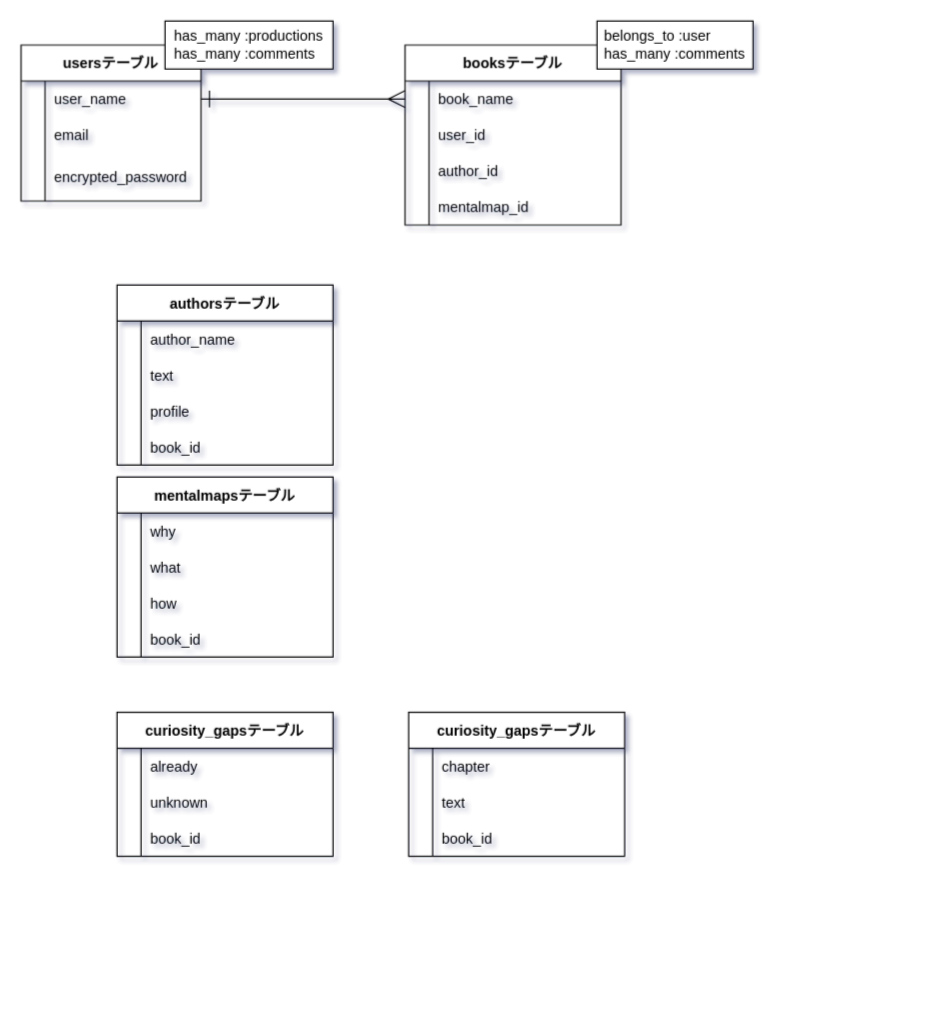
This is ER.dio from SettingTom/read-tech, a draw.io file, before an edit. Source tidied: cells renumbered, new cells numbered last; positions are measured from the earlier drawing's top-left corner, leaving out a move shared by most shapes. Both pictures are drawn from the tidied source at 120%, with x=0, y=0 at pixel (20, 20).
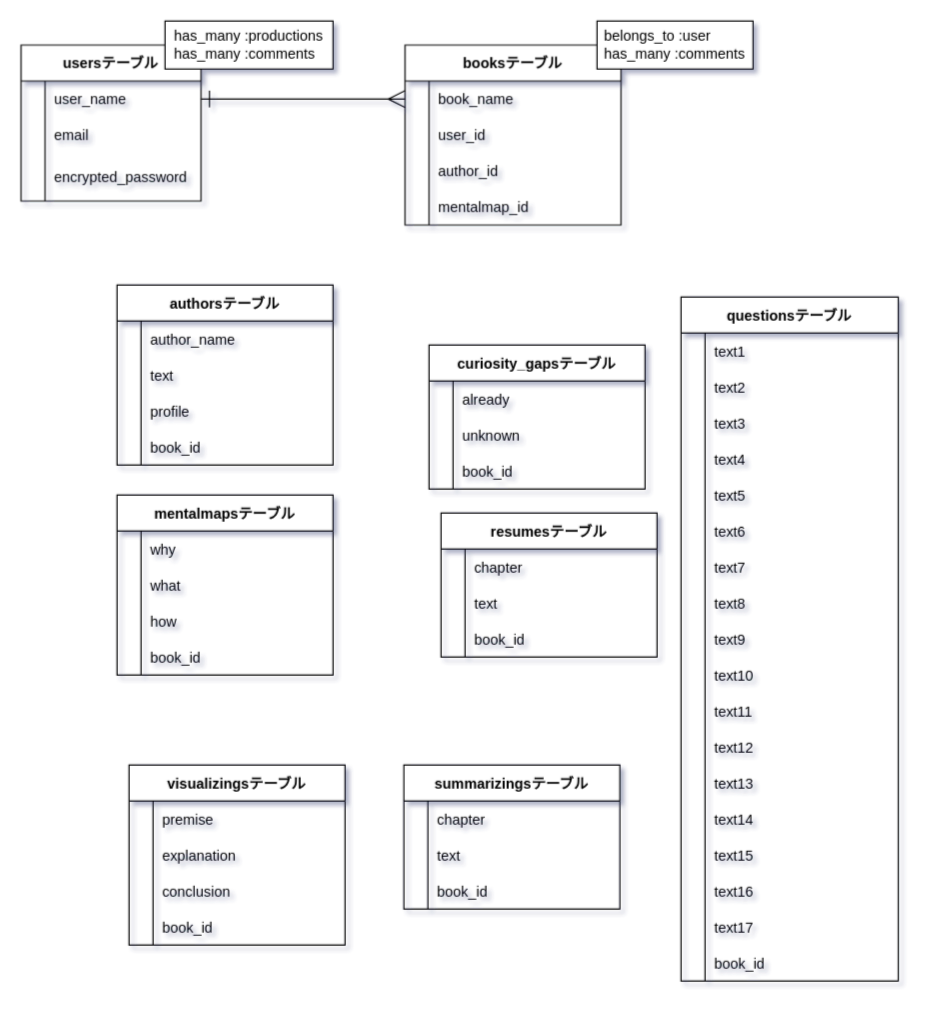
The same diagram, later.

Commit message:
ER図作成　途中

Diff of the diagram source:
```diff
@@
     <mxCell id="42" value="mentalmapsテーブル" style="shape=table;startSize=30;childLayout=tableLayout;rowLines=0;fontStyle=1;align=center;" parent="1" vertex="1">
-      <mxGeometry x="80" y="380" width="180" height="150" as="geometry" />
+      <mxGeometry x="80" y="395" width="180" height="150" as="geometry" />
     </mxCell>
@@
     <mxCell id="55" value="curiosity_gapsテーブル" style="shape=table;startSize=30;childLayout=tableLayout;rowLines=0;fontStyle=1;align=center;" parent="1" vertex="1">
-      <mxGeometry x="80" y="576" width="180" height="120" as="geometry" />
+      <mxGeometry x="340" y="270" width="180" height="120" as="geometry" />
     </mxCell>
@@
-    <mxCell id="65" value="curiosity_gapsテーブル" style="shape=table;startSize=30;childLayout=tableLayout;rowLines=0;fontStyle=1;align=center;" parent="1" vertex="1">
-      <mxGeometry x="323" y="576" width="180" height="120" as="geometry" />
+    <mxCell id="65" value="resumesテーブル" style="shape=table;startSize=30;childLayout=tableLayout;rowLines=0;fontStyle=1;align=center;" parent="1" vertex="1">
+      <mxGeometry x="350" y="410" width="180" height="120" as="geometry" />
     </mxCell>
@@
+    <mxCell id="75" value="visualizingsテーブル" style="shape=table;startSize=30;childLayout=tableLayout;rowLines=0;fontStyle=1;align=center;" parent="1" vertex="1">
+      <mxGeometry x="90" y="620" width="180" height="150" as="geometry" />
+    </mxCell>
+    <mxCell id="76" style="shape=partialRectangle;fillColor=none;top=0;left=0;bottom=0;right=0;" parent="75" vertex="1">
+      <mxGeometry y="30" width="180" height="30" as="geometry" />
+    </mxCell>
+    <mxCell id="77" style="shape=partialRectangle;fillColor=none;top=0;left=0;bottom=0;right=0;overflow=hidden;" parent="76" vertex="1">
+      <mxGeometry width="20" height="30" as="geometry" />
+    </mxCell>
+    <mxCell id="78" value="premise" style="shape=partialRectangle;fillColor=none;top=0;left=0;bottom=0;right=0;align=left;spacingLeft=6;overflow=hidden;labelBorderColor=none;" parent="76" vertex="1">
+      <mxGeometry x="20" width="160" height="30" as="geometry" />
+    </mxCell>
+    <mxCell id="79" style="shape=partialRectangle;fillColor=none;top=0;left=0;bottom=0;right=0;" parent="75" vertex="1">
+      <mxGeometry y="60" width="180" height="30" as="geometry" />
+    </mxCell>
+    <mxCell id="80" style="shape=partialRectangle;fillColor=none;top=0;left=0;bottom=0;right=0;overflow=hidden;" parent="79" vertex="1">
+      <mxGeometry width="20" height="30" as="geometry" />
+    </mxCell>
+    <mxCell id="81" value="explanation" style="shape=partialRectangle;fillColor=none;top=0;left=0;bottom=0;right=0;align=left;spacingLeft=6;overflow=hidden;" parent="79" vertex="1">
+      <mxGeometry x="20" width="160" height="30" as="geometry" />
+    </mxCell>
+    <mxCell id="82" style="shape=partialRectangle;fillColor=none;top=0;left=0;bottom=0;right=0;" parent="75" vertex="1">
+      <mxGeometry y="90" width="180" height="30" as="geometry" />
+    </mxCell>
+    <mxCell id="83" style="shape=partialRectangle;fillColor=none;top=0;left=0;bottom=0;right=0;overflow=hidden;" parent="82" vertex="1">
+      <mxGeometry width="20" height="30" as="geometry" />
+    </mxCell>
+    <mxCell id="84" value="conclusion" style="shape=partialRectangle;fillColor=none;top=0;left=0;bottom=0;right=0;align=left;spacingLeft=6;overflow=hidden;" parent="82" vertex="1">
+      <mxGeometry x="20" width="160" height="30" as="geometry" />
+    </mxCell>
+    <mxCell id="85" style="shape=partialRectangle;fillColor=none;top=0;left=0;bottom=0;right=0;" parent="75" vertex="1">
+      <mxGeometry y="120" width="180" height="30" as="geometry" />
+    </mxCell>
+    <mxCell id="86" style="shape=partialRectangle;fillColor=none;top=0;left=0;bottom=0;right=0;overflow=hidden;" parent="85" vertex="1">
+      <mxGeometry width="20" height="30" as="geometry" />
+    </mxCell>
+    <mxCell id="87" value="book_id" style="shape=partialRectangle;fillColor=none;top=0;left=0;bottom=0;right=0;align=left;spacingLeft=6;overflow=hidden;" parent="85" vertex="1">
+      <mxGeometry x="20" width="160" height="30" as="geometry" />
+    </mxCell>
+    <mxCell id="88" value="summarizingsテーブル" style="shape=table;startSize=30;childLayout=tableLayout;rowLines=0;fontStyle=1;align=center;" parent="1" vertex="1">
+      <mxGeometry x="319" y="620" width="180" height="120" as="geometry" />
+    </mxCell>
+    <mxCell id="89" style="shape=partialRectangle;fillColor=none;top=0;left=0;bottom=0;right=0;" parent="88" vertex="1">
+      <mxGeometry y="30" width="180" height="30" as="geometry" />
+    </mxCell>
+    <mxCell id="90" style="shape=partialRectangle;fillColor=none;top=0;left=0;bottom=0;right=0;overflow=hidden;" parent="89" vertex="1">
+      <mxGeometry width="20" height="30" as="geometry" />
+    </mxCell>
+    <mxCell id="91" value="chapter" style="shape=partialRectangle;fillColor=none;top=0;left=0;bottom=0;right=0;align=left;spacingLeft=6;overflow=hidden;labelBorderColor=none;" parent="89" vertex="1">
+      <mxGeometry x="20" width="160" height="30" as="geometry" />
+    </mxCell>
+    <mxCell id="92" style="shape=partialRectangle;fillColor=none;top=0;left=0;bottom=0;right=0;" parent="88" vertex="1">
+      <mxGeometry y="60" width="180" height="30" as="geometry" />
+    </mxCell>
+    <mxCell id="93" style="shape=partialRectangle;fillColor=none;top=0;left=0;bottom=0;right=0;overflow=hidden;" parent="92" vertex="1">
+      <mxGeometry width="20" height="30" as="geometry" />
+    </mxCell>
+    <mxCell id="94" value="text" style="shape=partialRectangle;fillColor=none;top=0;left=0;bottom=0;right=0;align=left;spacingLeft=6;overflow=hidden;" parent="92" vertex="1">
+      <mxGeometry x="20" width="160" height="30" as="geometry" />
+    </mxCell>
+    <mxCell id="95" style="shape=partialRectangle;fillColor=none;top=0;left=0;bottom=0;right=0;" parent="88" vertex="1">
+      <mxGeometry y="90" width="180" height="30" as="geometry" />
+    </mxCell>
+    <mxCell id="96" style="shape=partialRectangle;fillColor=none;top=0;left=0;bottom=0;right=0;overflow=hidden;" parent="95" vertex="1">
+      <mxGeometry width="20" height="30" as="geometry" />
+    </mxCell>
+    <mxCell id="97" value="book_id" style="shape=partialRectangle;fillColor=none;top=0;left=0;bottom=0;right=0;align=left;spacingLeft=6;overflow=hidden;" parent="95" vertex="1">
+      <mxGeometry x="20" width="160" height="30" as="geometry" />
+    </mxCell>
+    <mxCell id="98" value="questionsテーブル" style="shape=table;startSize=30;childLayout=tableLayout;rowLines=0;fontStyle=1;align=center;" parent="1" vertex="1">
+      <mxGeometry x="550" y="230" width="181" height="570" as="geometry" />
+    </mxCell>
+    <mxCell id="99" style="shape=partialRectangle;fillColor=none;top=0;left=0;bottom=0;right=0;" parent="98" vertex="1">
+      <mxGeometry y="30" width="181" height="30" as="geometry" />
+    </mxCell>
+    <mxCell id="100" style="shape=partialRectangle;fillColor=none;top=0;left=0;bottom=0;right=0;overflow=hidden;" parent="99" vertex="1">
+      <mxGeometry width="20" height="30" as="geometry" />
+    </mxCell>
+    <mxCell id="101" value="text1" style="shape=partialRectangle;fillColor=none;top=0;left=0;bottom=0;right=0;align=left;spacingLeft=6;overflow=hidden;labelBorderColor=none;" parent="99" vertex="1">
+      <mxGeometry x="20" width="161" height="30" as="geometry" />
+    </mxCell>
+    <mxCell id="102" style="shape=partialRectangle;fillColor=none;top=0;left=0;bottom=0;right=0;" parent="98" vertex="1">
+      <mxGeometry y="60" width="181" height="30" as="geometry" />
+    </mxCell>
+    <mxCell id="103" style="shape=partialRectangle;fillColor=none;top=0;left=0;bottom=0;right=0;overflow=hidden;" parent="102" vertex="1">
+      <mxGeometry width="20" height="30" as="geometry" />
+    </mxCell>
+    <mxCell id="104" value="text2" style="shape=partialRectangle;fillColor=none;top=0;left=0;bottom=0;right=0;align=left;spacingLeft=6;overflow=hidden;" parent="102" vertex="1">
+      <mxGeometry x="20" width="161" height="30" as="geometry" />
+    </mxCell>
+    <mxCell id="105" style="shape=partialRectangle;fillColor=none;top=0;left=0;bottom=0;right=0;" parent="98" vertex="1">
+      <mxGeometry y="90" width="181" height="30" as="geometry" />
+    </mxCell>
+    <mxCell id="106" style="shape=partialRectangle;fillColor=none;top=0;left=0;bottom=0;right=0;overflow=hidden;" parent="105" vertex="1">
+      <mxGeometry width="20" height="30" as="geometry" />
+    </mxCell>
+    <mxCell id="107" value="text3" style="shape=partialRectangle;fillColor=none;top=0;left=0;bottom=0;right=0;align=left;spacingLeft=6;overflow=hidden;" parent="105" vertex="1">
+      <mxGeometry x="20" width="161" height="30" as="geometry" />
+    </mxCell>
+    <mxCell id="108" style="shape=partialRectangle;fillColor=none;top=0;left=0;bottom=0;right=0;" parent="98" vertex="1">
+      <mxGeometry y="120" width="181" height="30" as="geometry" />
+    </mxCell>
+    <mxCell id="109" style="shape=partialRectangle;fillColor=none;top=0;left=0;bottom=0;right=0;overflow=hidden;" parent="108" vertex="1">
+      <mxGeometry width="20" height="30" as="geometry" />
+    </mxCell>
+    <mxCell id="110" value="text4" style="shape=partialRectangle;fillColor=none;top=0;left=0;bottom=0;right=0;align=left;spacingLeft=6;overflow=hidden;" parent="108" vertex="1">
+      <mxGeometry x="20" width="161" height="30" as="geometry" />
+    </mxCell>
+    <mxCell id="111" style="shape=partialRectangle;fillColor=none;top=0;left=0;bottom=0;right=0;" parent="98" vertex="1">
+      <mxGeometry y="150" width="181" height="30" as="geometry" />
+    </mxCell>
+    <mxCell id="112" style="shape=partialRectangle;fillColor=none;top=0;left=0;bottom=0;right=0;overflow=hidden;" parent="111" vertex="1">
+      <mxGeometry width="20" height="30" as="geometry" />
+    </mxCell>
+    <mxCell id="113" value="text5" style="shape=partialRectangle;fillColor=none;top=0;left=0;bottom=0;right=0;align=left;spacingLeft=6;overflow=hidden;" parent="111" vertex="1">
+      <mxGeometry x="20" width="161" height="30" as="geometry" />
+    </mxCell>
+    <mxCell id="114" style="shape=partialRectangle;fillColor=none;top=0;left=0;bottom=0;right=0;" parent="98" vertex="1">
+      <mxGeometry y="180" width="181" height="30" as="geometry" />
+    </mxCell>
+    <mxCell id="115" style="shape=partialRectangle;fillColor=none;top=0;left=0;bottom=0;right=0;overflow=hidden;" parent="114" vertex="1">
+      <mxGeometry width="20" height="30" as="geometry" />
+    </mxCell>
+    <mxCell id="116" value="text6" style="shape=partialRectangle;fillColor=none;top=0;left=0;bottom=0;right=0;align=left;spacingLeft=6;overflow=hidden;" parent="114" vertex="1">
+      <mxGeometry x="20" width="161" height="30" as="geometry" />
+    </mxCell>
+    <mxCell id="117" style="shape=partialRectangle;fillColor=none;top=0;left=0;bottom=0;right=0;" parent="98" vertex="1">
+      <mxGeometry y="210" width="181" height="30" as="geometry" />
+    </mxCell>
+    <mxCell id="118" style="shape=partialRectangle;fillColor=none;top=0;left=0;bottom=0;right=0;overflow=hidden;" parent="117" vertex="1">
+      <mxGeometry width="20" height="30" as="geometry" />
+    </mxCell>
+    <mxCell id="119" value="text7" style="shape=partialRectangle;fillColor=none;top=0;left=0;bottom=0;right=0;align=left;spacingLeft=6;overflow=hidden;" parent="117" vertex="1">
+      <mxGeometry x="20" width="161" height="30" as="geometry" />
+    </mxCell>
+    <mxCell id="120" style="shape=partialRectangle;fillColor=none;top=0;left=0;bottom=0;right=0;" parent="98" vertex="1">
+      <mxGeometry y="240" width="181" height="30" as="geometry" />
+    </mxCell>
+    <mxCell id="121" style="shape=partialRectangle;fillColor=none;top=0;left=0;bottom=0;right=0;overflow=hidden;" parent="120" vertex="1">
+      <mxGeometry width="20" height="30" as="geometry" />
+    </mxCell>
+    <mxCell id="122" value="text8" style="shape=partialRectangle;fillColor=none;top=0;left=0;bottom=0;right=0;align=left;spacingLeft=6;overflow=hidden;" parent="120" vertex="1">
+      <mxGeometry x="20" width="161" height="30" as="geometry" />
+    </mxCell>
+    <mxCell id="123" style="shape=partialRectangle;fillColor=none;top=0;left=0;bottom=0;right=0;" parent="98" vertex="1">
+      <mxGeometry y="270" width="181" height="30" as="geometry" />
+    </mxCell>
+    <mxCell id="124" style="shape=partialRectangle;fillColor=none;top=0;left=0;bottom=0;right=0;overflow=hidden;" parent="123" vertex="1">
+      <mxGeometry width="20" height="30" as="geometry" />
+    </mxCell>
+    <mxCell id="125" value="text9" style="shape=partialRectangle;fillColor=none;top=0;left=0;bottom=0;right=0;align=left;spacingLeft=6;overflow=hidden;" parent="123" vertex="1">
+      <mxGeometry x="20" width="161" height="30" as="geometry" />
+    </mxCell>
+    <mxCell id="126" style="shape=partialRectangle;fillColor=none;top=0;left=0;bottom=0;right=0;" parent="98" vertex="1">
+      <mxGeometry y="300" width="181" height="30" as="geometry" />
+    </mxCell>
+    <mxCell id="127" style="shape=partialRectangle;fillColor=none;top=0;left=0;bottom=0;right=0;overflow=hidden;" parent="126" vertex="1">
+      <mxGeometry width="20" height="30" as="geometry" />
+    </mxCell>
+    <mxCell id="128" value="text10" style="shape=partialRectangle;fillColor=none;top=0;left=0;bottom=0;right=0;align=left;spacingLeft=6;overflow=hidden;" parent="126" vertex="1">
+      <mxGeometry x="20" width="161" height="30" as="geometry" />
+    </mxCell>
+    <mxCell id="129" style="shape=partialRectangle;fillColor=none;top=0;left=0;bottom=0;right=0;" parent="98" vertex="1">
+      <mxGeometry y="330" width="181" height="30" as="geometry" />
+    </mxCell>
+    <mxCell id="130" style="shape=partialRectangle;fillColor=none;top=0;left=0;bottom=0;right=0;overflow=hidden;" parent="129" vertex="1">
+      <mxGeometry width="20" height="30" as="geometry" />
+    </mxCell>
+    <mxCell id="131" value="text11" style="shape=partialRectangle;fillColor=none;top=0;left=0;bottom=0;right=0;align=left;spacingLeft=6;overflow=hidden;" parent="129" vertex="1">
+      <mxGeometry x="20" width="161" height="30" as="geometry" />
+    </mxCell>
+    <mxCell id="132" style="shape=partialRectangle;fillColor=none;top=0;left=0;bottom=0;right=0;" parent="98" vertex="1">
+      <mxGeometry y="360" width="181" height="30" as="geometry" />
+    </mxCell>
+    <mxCell id="133" style="shape=partialRectangle;fillColor=none;top=0;left=0;bottom=0;right=0;overflow=hidden;" parent="132" vertex="1">
+      <mxGeometry width="20" height="30" as="geometry" />
+    </mxCell>
+    <mxCell id="134" value="text12" style="shape=partialRectangle;fillColor=none;top=0;left=0;bottom=0;right=0;align=left;spacingLeft=6;overflow=hidden;" parent="132" vertex="1">
+      <mxGeometry x="20" width="161" height="30" as="geometry" />
+    </mxCell>
+    <mxCell id="135" style="shape=partialRectangle;fillColor=none;top=0;left=0;bottom=0;right=0;" parent="98" vertex="1">
+      <mxGeometry y="390" width="181" height="30" as="geometry" />
+    </mxCell>
+    <mxCell id="136" style="shape=partialRectangle;fillColor=none;top=0;left=0;bottom=0;right=0;overflow=hidden;" parent="135" vertex="1">
+      <mxGeometry width="20" height="30" as="geometry" />
+    </mxCell>
+    <mxCell id="137" value="text13" style="shape=partialRectangle;fillColor=none;top=0;left=0;bottom=0;right=0;align=left;spacingLeft=6;overflow=hidden;" parent="135" vertex="1">
+      <mxGeometry x="20" width="161" height="30" as="geometry" />
+    </mxCell>
+    <mxCell id="138" style="shape=partialRectangle;fillColor=none;top=0;left=0;bottom=0;right=0;" parent="98" vertex="1">
+      <mxGeometry y="420" width="181" height="30" as="geometry" />
+    </mxCell>
+    <mxCell id="139" style="shape=partialRectangle;fillColor=none;top=0;left=0;bottom=0;right=0;overflow=hidden;" parent="138" vertex="1">
+      <mxGeometry width="20" height="30" as="geometry" />
+    </mxCell>
+    <mxCell id="140" value="text14" style="shape=partialRectangle;fillColor=none;top=0;left=0;bottom=0;right=0;align=left;spacingLeft=6;overflow=hidden;" parent="138" vertex="1">
+      <mxGeometry x="20" width="161" height="30" as="geometry" />
+    </mxCell>
+    <mxCell id="141" style="shape=partialRectangle;fillColor=none;top=0;left=0;bottom=0;right=0;" parent="98" vertex="1">
+      <mxGeometry y="450" width="181" height="30" as="geometry" />
+    </mxCell>
+    <mxCell id="142" style="shape=partialRectangle;fillColor=none;top=0;left=0;bottom=0;right=0;overflow=hidden;" parent="141" vertex="1">
+      <mxGeometry width="20" height="30" as="geometry" />
+    </mxCell>
+    <mxCell id="143" value="text15" style="shape=partialRectangle;fillColor=none;top=0;left=0;bottom=0;right=0;align=left;spacingLeft=6;overflow=hidden;" parent="141" vertex="1">
+      <mxGeometry x="20" width="161" height="30" as="geometry" />
+    </mxCell>
+    <mxCell id="144" style="shape=partialRectangle;fillColor=none;top=0;left=0;bottom=0;right=0;" parent="98" vertex="1">
+      <mxGeometry y="480" width="181" height="30" as="geometry" />
+    </mxCell>
+    <mxCell id="145" style="shape=partialRectangle;fillColor=none;top=0;left=0;bottom=0;right=0;overflow=hidden;" parent="144" vertex="1">
+      <mxGeometry width="20" height="30" as="geometry" />
+    </mxCell>
+    <mxCell id="146" value="text16" style="shape=partialRectangle;fillColor=none;top=0;left=0;bottom=0;right=0;align=left;spacingLeft=6;overflow=hidden;" parent="144" vertex="1">
+      <mxGeometry x="20" width="161" height="30" as="geometry" />
+    </mxCell>
+    <mxCell id="147" style="shape=partialRectangle;fillColor=none;top=0;left=0;bottom=0;right=0;" parent="98" vertex="1">
+      <mxGeometry y="510" width="181" height="30" as="geometry" />
+    </mxCell>
+    <mxCell id="148" style="shape=partialRectangle;fillColor=none;top=0;left=0;bottom=0;right=0;overflow=hidden;" parent="147" vertex="1">
+      <mxGeometry width="20" height="30" as="geometry" />
+    </mxCell>
+    <mxCell id="149" value="text17" style="shape=partialRectangle;fillColor=none;top=0;left=0;bottom=0;right=0;align=left;spacingLeft=6;overflow=hidden;" parent="147" vertex="1">
+      <mxGeometry x="20" width="161" height="30" as="geometry" />
+    </mxCell>
+    <mxCell id="150" style="shape=partialRectangle;fillColor=none;top=0;left=0;bottom=0;right=0;" parent="98" vertex="1">
+      <mxGeometry y="540" width="181" height="30" as="geometry" />
+    </mxCell>
+    <mxCell id="151" style="shape=partialRectangle;fillColor=none;top=0;left=0;bottom=0;right=0;overflow=hidden;" parent="150" vertex="1">
+      <mxGeometry width="20" height="30" as="geometry" />
+    </mxCell>
+    <mxCell id="152" value="book_id" style="shape=partialRectangle;fillColor=none;top=0;left=0;bottom=0;right=0;align=left;spacingLeft=6;overflow=hidden;" parent="150" vertex="1">
+      <mxGeometry x="20" width="161" height="30" as="geometry" />
+    </mxCell>
```
